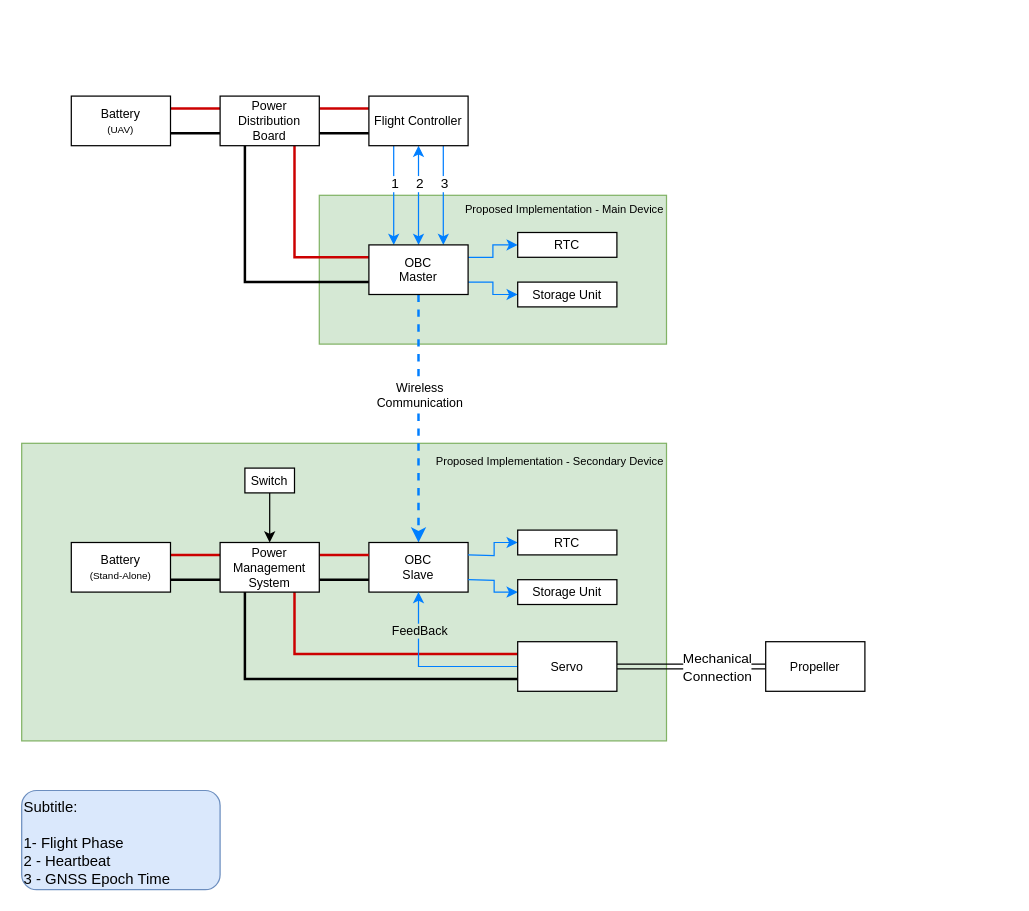
Above: MESCC/2nd_year/2nd_semester/system_diagram.drawio in carlosrijo9/ISEP (draw.io), before the change. Source tidied: cells renumbered, new cells numbered last; positions are measured from the earlier drawing's top-left corner, leaving out a move shared by most shapes. Both pictures are drawn from the tidied source at 124%, with x=0, y=0 at pixel (21, 95).
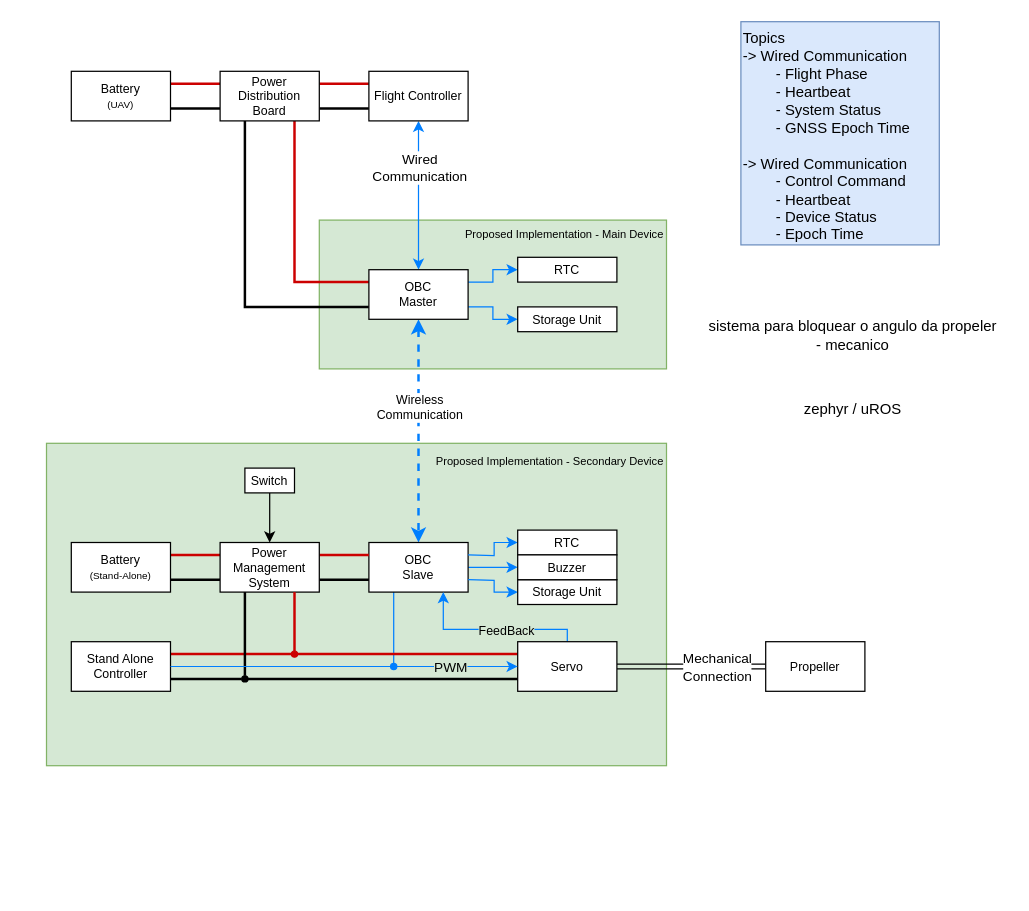
The same diagram, later.

The change refers to these unchanged cells:
```xml
<mxCell id="14" style="edgeStyle=orthogonalEdgeStyle;rounded=0;jettySize=auto;html=1;exitX=0.5;exitY=1;exitDx=0;exitDy=0;entryX=0.5;entryY=0;entryDx=0;entryDy=0;strokeColor=#007FFF;fontSize=10;startArrow=classic;startFill=1;endArrow=classic;endFill=1;" parent="1" edge="1" source="18" target="23">
  <mxGeometry relative="1" as="geometry" />
</mxCell>
<mxCell id="26" value="OBC&lt;br style=&quot;font-size: 10px;&quot;&gt;Slave" style="rounded=0;whiteSpace=wrap;html=1;fontSize=10;" parent="1" vertex="1">
  <mxGeometry x="280" y="360" width="80" height="40" as="geometry" />
</mxCell>
<mxCell id="34" value="Power Management System" style="rounded=0;whiteSpace=wrap;html=1;fontSize=10;" parent="1" vertex="1">
  <mxGeometry x="160" y="360" width="80" height="40" as="geometry" />
</mxCell>
<mxCell id="37" value="RTC" style="rounded=0;whiteSpace=wrap;html=1;fontSize=10;" parent="1" vertex="1">
  <mxGeometry x="400" y="350" width="80" height="20" as="geometry" />
</mxCell>
<mxCell id="43" value="Servo" style="rounded=0;whiteSpace=wrap;html=1;fontSize=10;" parent="1" vertex="1">
  <mxGeometry x="400" y="440" width="80" height="40" as="geometry" />
</mxCell>
```

Change to the diagram source:
```diff
@@
     <mxCell id="2" value="&lt;span style=&quot;color: rgb(0, 0, 0); font-family: Helvetica; font-size: 9px; font-style: normal; font-variant-ligatures: normal; font-variant-caps: normal; font-weight: 400; letter-spacing: normal; orphans: 2; text-indent: 0px; text-transform: none; widows: 2; word-spacing: 0px; -webkit-text-stroke-width: 0px; text-decoration-thickness: initial; text-decoration-style: initial; text-decoration-color: initial; float: none; display: inline !important;&quot;&gt;Proposed Implementation - Secondary Device&lt;br&gt;&lt;/span&gt;" style="rounded=0;whiteSpace=wrap;html=1;fillColor=#d5e8d4;strokeColor=#82b366;verticalAlign=top;align=right;labelBackgroundColor=none;" parent="1" vertex="1">
-      <mxGeometry y="280" width="520" height="240" as="geometry" />
+      <mxGeometry x="20" y="280" width="500" height="260" as="geometry" />
     </mxCell>
     <mxCell id="3" value="Proposed Implementation - Main Device" style="rounded=0;whiteSpace=wrap;html=1;fillColor=#d5e8d4;strokeColor=#82b366;verticalAlign=top;align=right;fontSize=9;fontStyle=0;" parent="1" vertex="1">
-      <mxGeometry x="240" y="80" width="280" height="120" as="geometry" />
+      <mxGeometry x="240" y="100" width="280" height="120" as="geometry" />
     </mxCell>
@@
     <mxCell id="6" value="Battery&lt;br style=&quot;font-size: 10px;&quot;&gt;&lt;font style=&quot;font-size: 8px;&quot;&gt;(UAV)&lt;/font&gt;" style="rounded=0;whiteSpace=wrap;html=1;fontSize=10;" parent="1" vertex="1">
-      <mxGeometry x="40" width="80" height="40" as="geometry" />
+      <mxGeometry x="40" y="-20" width="80" height="40" as="geometry" />
     </mxCell>
@@
     <mxCell id="11" value="Power Distribution Board" style="rounded=0;whiteSpace=wrap;html=1;fontSize=10;" parent="1" vertex="1">
-      <mxGeometry x="160" width="80" height="40" as="geometry" />
+      <mxGeometry x="160" y="-20" width="80" height="40" as="geometry" />
     </mxCell>
-    <mxCell id="12" style="edgeStyle=orthogonalEdgeStyle;rounded=0;jettySize=auto;html=1;exitX=0.25;exitY=1;exitDx=0;exitDy=0;entryX=0.25;entryY=0;entryDx=0;entryDy=0;strokeColor=#007FFF;fontSize=10;" parent="1" edge="1" source="18" target="23">
-      <mxGeometry relative="1" as="geometry" />
-    </mxCell>
-    <mxCell id="13" value="1" style="edgeLabel;html=1;align=center;verticalAlign=middle;" parent="12" vertex="1">
-      <mxGeometry x="-0.12" y="2" relative="1" as="geometry">
-        <mxPoint x="-2" y="-5" as="offset" />
-      </mxGeometry>
-    </mxCell>
@@
-    <mxCell id="15" value="2" style="edgeLabel;html=1;align=center;verticalAlign=middle;" parent="14" vertex="1">
+    <mxCell id="15" value="&lt;div&gt;Wired&lt;/div&gt;&lt;div&gt;Communication&lt;/div&gt;" style="edgeLabel;html=1;align=center;verticalAlign=middle;" parent="14" vertex="1">
       <mxGeometry x="-0.23" y="2" relative="1" as="geometry">
-        <mxPoint x="-2" y="-1" as="offset" />
+        <mxPoint x="-2" y="-9" as="offset" />
       </mxGeometry>
     </mxCell>
-    <mxCell id="16" style="edgeStyle=orthogonalEdgeStyle;rounded=0;jettySize=auto;html=1;exitX=0.75;exitY=1;exitDx=0;exitDy=0;entryX=0.75;entryY=0;entryDx=0;entryDy=0;strokeColor=#007FFF;fontSize=10;" parent="1" edge="1" source="18" target="23">
-      <mxGeometry relative="1" as="geometry" />
-    </mxCell>
-    <mxCell id="17" value="3" style="edgeLabel;html=1;align=center;verticalAlign=middle;" parent="16" vertex="1">
-      <mxGeometry x="0.07" y="3" relative="1" as="geometry">
-        <mxPoint x="-3" y="-13" as="offset" />
-      </mxGeometry>
-    </mxCell>
     <mxCell id="18" value="Flight Controller" style="rounded=0;whiteSpace=wrap;html=1;fontSize=10;" parent="1" vertex="1">
-      <mxGeometry x="280" width="80" height="40" as="geometry" />
+      <mxGeometry x="280" y="-20" width="80" height="40" as="geometry" />
     </mxCell>
@@
-    <mxCell id="21" style="edgeStyle=orthogonalEdgeStyle;rounded=0;jettySize=auto;html=1;dashed=1;strokeWidth=2;strokeColor=#007FFF;fontSize=10;" parent="1" edge="1" source="23" target="26">
+    <mxCell id="21" style="edgeStyle=orthogonalEdgeStyle;rounded=0;jettySize=auto;html=1;dashed=1;strokeWidth=2;strokeColor=#007FFF;fontSize=10;startArrow=classic;startFill=1;" parent="1" edge="1" source="23" target="26">
       <mxGeometry relative="1" as="geometry" />
     </mxCell>
     <mxCell id="22" value="Wireless&lt;br style=&quot;font-size: 10px;&quot;&gt;Communication" style="edgeLabel;html=1;align=center;verticalAlign=middle;fontSize=10;" parent="21" vertex="1">
       <mxGeometry x="0.15" y="2" relative="1" as="geometry">
-        <mxPoint x="-2" y="-35" as="offset" />
+        <mxPoint x="-2" y="-33" as="offset" />
       </mxGeometry>
     </mxCell>
     <mxCell id="23" value="OBC&lt;br style=&quot;font-size: 10px;&quot;&gt;Master" style="rounded=0;whiteSpace=wrap;html=1;fontSize=10;" parent="1" vertex="1">
-      <mxGeometry x="280" y="120" width="80" height="40" as="geometry" />
+      <mxGeometry x="280" y="140" width="80" height="40" as="geometry" />
     </mxCell>
     <mxCell id="24" value="RTC" style="rounded=0;whiteSpace=wrap;html=1;fontSize=10;" parent="1" vertex="1">
-      <mxGeometry x="400" y="110" width="80" height="20" as="geometry" />
+      <mxGeometry x="400" y="130" width="80" height="20" as="geometry" />
     </mxCell>
     <mxCell id="25" value="Storage Unit" style="rounded=0;whiteSpace=wrap;html=1;fontSize=10;" parent="1" vertex="1">
-      <mxGeometry x="400" y="150" width="80" height="20" as="geometry" />
+      <mxGeometry x="400" y="170" width="80" height="20" as="geometry" />
     </mxCell>
+    <mxCell id="48" style="edgeStyle=orthogonalEdgeStyle;rounded=0;jettySize=auto;html=1;exitX=1;exitY=0.5;exitDx=0;exitDy=0;entryX=0;entryY=0.5;entryDx=0;entryDy=0;strokeColor=#007FFF;" parent="1" edge="1" source="26" target="50">
+      <mxGeometry relative="1" as="geometry" />
+    </mxCell>
+    <mxCell id="49" style="edgeStyle=orthogonalEdgeStyle;rounded=0;jettySize=auto;html=1;exitX=0.25;exitY=1;exitDx=0;exitDy=0;entryX=0.5;entryY=0;entryDx=0;entryDy=0;strokeColor=#007FFF;endArrow=none;endFill=0;" parent="1" edge="1" source="26" target="63">
+      <mxGeometry relative="1" as="geometry" />
+    </mxCell>
@@
-    <mxCell id="32" style="edgeStyle=orthogonalEdgeStyle;rounded=0;jettySize=auto;html=1;exitX=0.75;exitY=1;exitDx=0;exitDy=0;entryX=0;entryY=0.25;entryDx=0;entryDy=0;strokeWidth=2;strokeColor=#CC0000;endArrow=none;endFill=0;fontSize=10;" parent="1" edge="1" source="34" target="43">
-      <mxGeometry relative="1" as="geometry" />
+    <mxCell id="32" style="edgeStyle=orthogonalEdgeStyle;rounded=0;jettySize=auto;html=1;exitX=1;exitY=0.5;exitDx=0;exitDy=0;entryX=0;entryY=0.25;entryDx=0;entryDy=0;strokeWidth=2;strokeColor=#CC0000;endArrow=none;endFill=0;fontSize=10;" parent="1" edge="1" source="61" target="43">
+      <mxGeometry relative="1" as="geometry">
+        <Array as="points">
+          <mxPoint x="250" y="450" />
+          <mxPoint x="250" y="450" />
+        </Array>
+      </mxGeometry>
     </mxCell>
-    <mxCell id="33" style="edgeStyle=orthogonalEdgeStyle;rounded=0;jettySize=auto;html=1;exitX=0.25;exitY=1;exitDx=0;exitDy=0;entryX=0;entryY=0.75;entryDx=0;entryDy=0;strokeWidth=2;endArrow=none;endFill=0;fontSize=10;" parent="1" edge="1" source="34" target="43">
-      <mxGeometry relative="1" as="geometry" />
+    <mxCell id="33" style="edgeStyle=orthogonalEdgeStyle;rounded=0;jettySize=auto;html=1;exitX=0.5;exitY=1;exitDx=0;exitDy=0;entryX=0;entryY=0.75;entryDx=0;entryDy=0;strokeWidth=2;endArrow=none;endFill=0;fontSize=10;" parent="1" edge="1" source="59">
+      <mxGeometry relative="1" as="geometry">
+        <mxPoint x="401" y="470" as="targetPoint" />
+        <Array as="points">
+          <mxPoint x="180" y="470" />
+        </Array>
+      </mxGeometry>
     </mxCell>
@@
-    <mxCell id="35" style="edgeStyle=orthogonalEdgeStyle;rounded=0;jettySize=auto;html=1;strokeColor=#007FFF;exitX=1;exitY=0.25;exitDx=0;exitDy=0;fontSize=10;" parent="1" edge="1" target="37">
+    <mxCell id="35" style="edgeStyle=orthogonalEdgeStyle;rounded=0;jettySize=auto;html=1;strokeColor=#007FFF;exitX=1;exitY=0.25;exitDx=0;exitDy=0;fontSize=10;entryX=0;entryY=0.5;entryDx=0;entryDy=0;" parent="1" edge="1" target="37">
       <mxGeometry relative="1" as="geometry">
         <mxPoint x="360" y="370" as="sourcePoint" />
       </mxGeometry>
     </mxCell>
@@
-    <mxCell id="39" style="edgeStyle=orthogonalEdgeStyle;rounded=0;jettySize=auto;html=1;exitX=0;exitY=0.5;exitDx=0;exitDy=0;entryX=0.5;entryY=1;entryDx=0;entryDy=0;strokeColor=#007FFF;fontSize=10;" parent="1" edge="1" source="43" target="26">
-      <mxGeometry relative="1" as="geometry" />
+    <mxCell id="39" style="edgeStyle=orthogonalEdgeStyle;rounded=0;jettySize=auto;html=1;exitX=0.5;exitY=0;exitDx=0;exitDy=0;entryX=0.75;entryY=1;entryDx=0;entryDy=0;strokeColor=#007FFF;fontSize=10;" parent="1" edge="1" source="43" target="26">
+      <mxGeometry relative="1" as="geometry">
+        <Array as="points">
+          <mxPoint x="440" y="430" />
+          <mxPoint x="340" y="430" />
+        </Array>
+      </mxGeometry>
     </mxCell>
     <mxCell id="40" value="&lt;span style=&quot;&quot;&gt;FeedBack&lt;/span&gt;" style="edgeLabel;html=1;align=center;verticalAlign=middle;fontSize=10;labelBackgroundColor=#D5E8D4;" parent="39" vertex="1">
       <mxGeometry x="0.57" y="-1" relative="1" as="geometry">
-        <mxPoint x="-1" as="offset" />
+        <mxPoint x="49" as="offset" />
       </mxGeometry>
     </mxCell>
@@
-    <mxCell id="47" value="&lt;div&gt;Subtitle:&lt;/div&gt;&lt;div&gt;&lt;br&gt;&lt;/div&gt;&lt;div&gt;1- Flight Phase&lt;/div&gt;&lt;div&gt;2 - Heartbeat&lt;br&gt;&lt;/div&gt;&lt;div&gt;3 - GNSS Epoch Time&lt;br&gt;&lt;/div&gt;" style="text;html=1;strokeColor=#6c8ebf;fillColor=#dae8fc;align=left;verticalAlign=top;whiteSpace=wrap;rounded=1;" parent="1" vertex="1">
-      <mxGeometry y="560" width="160" height="80" as="geometry" />
+    <mxCell id="47" value="&lt;div&gt;Topics&lt;/div&gt;&lt;div&gt;-&amp;gt; Wired Communication&lt;br&gt;&lt;/div&gt;&lt;div&gt;&lt;span style=&quot;&quot;&gt;&lt;span style=&quot;white-space: pre;&quot;&gt;&amp;nbsp;&amp;nbsp;&amp;nbsp;&amp;nbsp;&lt;span style=&quot;white-space: pre;&quot;&gt;&#9;&lt;/span&gt;&lt;/span&gt;&lt;/span&gt;- Flight Phase&lt;/div&gt;&lt;div&gt;&lt;span style=&quot;&quot;&gt;&lt;span style=&quot;white-space: pre;&quot;&gt;&amp;nbsp;&amp;nbsp;&amp;nbsp;&amp;nbsp;&lt;span style=&quot;white-space: pre;&quot;&gt;&#9;&lt;/span&gt;&lt;/span&gt;&lt;/span&gt;- Heartbeat&lt;/div&gt;&lt;div&gt;&lt;span style=&quot;white-space: pre;&quot;&gt;&#9;&lt;/span&gt;- System Status&lt;br&gt;&lt;/div&gt;&lt;div&gt;&lt;span style=&quot;&quot;&gt;&lt;span style=&quot;white-space: pre;&quot;&gt;&amp;nbsp;&amp;nbsp;&amp;nbsp;&amp;nbsp;&lt;/span&gt;&lt;/span&gt;&lt;span style=&quot;white-space: pre;&quot;&gt;&#9;&lt;/span&gt;- GNSS Epoch Time&lt;/div&gt;&lt;div&gt;&lt;br&gt;&lt;/div&gt;&lt;div&gt;-&amp;gt; Wired Communication&lt;br&gt;&lt;div&gt;&lt;span style=&quot;white-space: pre;&quot;&gt;&#9;&lt;/span&gt;- Control Command&lt;br&gt;&lt;/div&gt;&lt;div&gt;&lt;span style=&quot;&quot;&gt;&lt;span style=&quot;white-space: pre;&quot;&gt;&amp;nbsp;&amp;nbsp;&amp;nbsp;&amp;nbsp;&lt;span style=&quot;white-space: pre;&quot;&gt;&#9;&lt;/span&gt;&lt;/span&gt;&lt;/span&gt;- Heartbeat&lt;br&gt;&lt;/div&gt;&lt;div&gt;&lt;span style=&quot;white-space: pre;&quot;&gt;&#9;&lt;/span&gt;- Device Status&lt;/div&gt;&lt;div&gt;&lt;span style=&quot;white-space: pre;&quot;&gt;&#9;&lt;/span&gt;- Epoch Time&lt;/div&gt;&lt;div&gt;&lt;br&gt;&lt;/div&gt;&lt;/div&gt;" style="text;html=1;strokeColor=#6c8ebf;fillColor=#dae8fc;align=left;verticalAlign=top;whiteSpace=wrap;rounded=0;" parent="1" vertex="1">
+      <mxGeometry x="580" y="-60" width="160" height="180" as="geometry" />
     </mxCell>
+    <mxCell id="50" value="Buzzer" style="rounded=0;whiteSpace=wrap;html=1;fontSize=10;" parent="1" vertex="1">
+      <mxGeometry x="400" y="370" width="80" height="20" as="geometry" />
+    </mxCell>
+    <mxCell id="51" value="&lt;div&gt;sistema para bloquear o angulo da propeler&lt;/div&gt;&lt;div&gt;- mecanico&lt;br&gt;&lt;/div&gt;" style="text;html=1;align=center;verticalAlign=middle;strokeColor=none;fillColor=none;" parent="1" vertex="1">
+      <mxGeometry x="545" y="173" width="250" height="40" as="geometry" />
+    </mxCell>
+    <mxCell id="52" value="&lt;div&gt;zephyr / uROS&lt;/div&gt;" style="text;html=1;align=center;verticalAlign=middle;strokeColor=none;fillColor=none;" parent="1" vertex="1">
+      <mxGeometry x="620" y="238" width="100" height="30" as="geometry" />
+    </mxCell>
+    <mxCell id="53" style="edgeStyle=orthogonalEdgeStyle;rounded=0;jettySize=auto;html=1;exitX=1;exitY=0.5;exitDx=0;exitDy=0;entryX=0;entryY=0.5;entryDx=0;entryDy=0;strokeColor=#007FFF;" parent="1" edge="1" source="63" target="43">
+      <mxGeometry relative="1" as="geometry" />
+    </mxCell>
+    <mxCell id="54" value="PWM" style="edgeLabel;html=1;align=center;verticalAlign=middle;labelBackgroundColor=#D5E8D4;" parent="53" vertex="1">
+      <mxGeometry x="0.18" y="-1" relative="1" as="geometry">
+        <mxPoint x="-15" y="-1" as="offset" />
+      </mxGeometry>
+    </mxCell>
+    <mxCell id="55" style="edgeStyle=orthogonalEdgeStyle;rounded=0;jettySize=auto;html=1;exitX=1;exitY=0.75;exitDx=0;exitDy=0;entryX=0;entryY=0.5;entryDx=0;entryDy=0;endArrow=none;endFill=0;strokeWidth=2;" parent="1" edge="1" source="57" target="59">
+      <mxGeometry relative="1" as="geometry">
+        <Array as="points">
+          <mxPoint x="175" y="470" />
+        </Array>
+      </mxGeometry>
+    </mxCell>
+    <mxCell id="56" style="edgeStyle=orthogonalEdgeStyle;rounded=0;jettySize=auto;html=1;entryX=0;entryY=0.5;entryDx=0;entryDy=0;strokeColor=#CC0000;strokeWidth=2;endArrow=none;endFill=0;exitX=1;exitY=0.25;exitDx=0;exitDy=0;" parent="1" edge="1" source="57" target="61">
+      <mxGeometry relative="1" as="geometry" />
+    </mxCell>
+    <mxCell id="57" value="Stand Alone&lt;br&gt;&lt;div&gt;Controller&lt;/div&gt;" style="rounded=0;whiteSpace=wrap;html=1;fontSize=10;" parent="1" vertex="1">
+      <mxGeometry x="40" y="440" width="80" height="40" as="geometry" />
+    </mxCell>
+    <mxCell id="58" style="edgeStyle=orthogonalEdgeStyle;rounded=0;jettySize=auto;html=1;exitX=0.25;exitY=1;exitDx=0;exitDy=0;entryX=0.5;entryY=0;entryDx=0;entryDy=0;strokeWidth=2;endArrow=none;endFill=0;fontSize=10;" parent="1" edge="1" source="34" target="59">
+      <mxGeometry relative="1" as="geometry">
+        <Array as="points">
+          <mxPoint x="180" y="420" />
+          <mxPoint x="180" y="420" />
+        </Array>
+      </mxGeometry>
+    </mxCell>
+    <mxCell id="59" style="ellipse;whiteSpace=wrap;html=1;fillColor=#000000;" parent="1" vertex="1">
+      <mxGeometry x="177.5" y="467.5" width="5" height="5" as="geometry" />
+    </mxCell>
+    <mxCell id="60" style="edgeStyle=orthogonalEdgeStyle;rounded=0;jettySize=auto;html=1;exitX=0.75;exitY=1;exitDx=0;exitDy=0;entryX=0.5;entryY=0;entryDx=0;entryDy=0;strokeWidth=2;strokeColor=#CC0000;endArrow=none;endFill=0;fontSize=10;" parent="1" edge="1" source="34" target="61">
+      <mxGeometry relative="1" as="geometry" />
+    </mxCell>
+    <mxCell id="61" style="ellipse;whiteSpace=wrap;html=1;fillColor=#CC0000;strokeColor=#CC0000;" parent="1" vertex="1">
+      <mxGeometry x="217.5" y="447.5" width="5" height="5" as="geometry" />
+    </mxCell>
+    <mxCell id="62" style="edgeStyle=orthogonalEdgeStyle;rounded=0;jettySize=auto;html=1;exitX=1;exitY=0.5;exitDx=0;exitDy=0;entryX=0;entryY=0.5;entryDx=0;entryDy=0;strokeColor=#007FFF;endArrow=none;endFill=0;" parent="1" edge="1" source="57" target="63">
+      <mxGeometry relative="1" as="geometry" />
+    </mxCell>
+    <mxCell id="63" style="ellipse;whiteSpace=wrap;html=1;fillColor=#007FFF;strokeColor=#007FFF;" parent="1" vertex="1">
+      <mxGeometry x="297.5" y="457.5" width="5" height="5" as="geometry" />
+    </mxCell>
```
